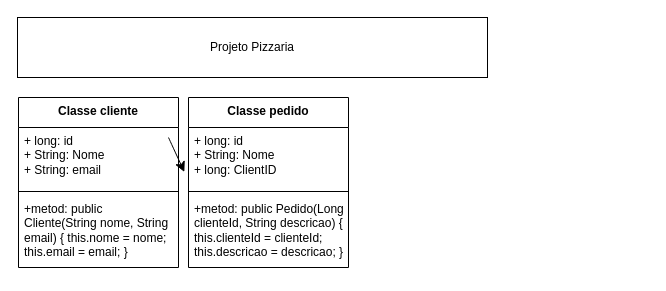
The draw.io diagram page "Page-1" (1 of 2) of Diagrama sem nome.drawio in laurazup/pizzaria, before the edit. Source tidied: cells renumbered, new cells numbered last; positions are measured from the earlier drawing's top-left corner, leaving out a move shared by most shapes. Both pictures are drawn from the tidied source at 100%, with x=0, y=0 at pixel (17, 17).
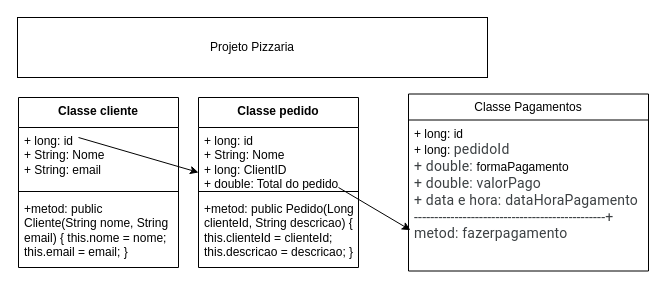
After the change.

The edit, as a diff of the source:
```diff
@@
 <mxGraphModel>
   <root>
     <mxCell id="0" />
     <mxCell id="1" parent="0" />
     <mxCell id="2" value="Projeto Pizzaria" style="rounded=0;whiteSpace=wrap;html=1;" parent="1" vertex="1">
       <mxGeometry width="470" height="60" as="geometry" />
     </mxCell>
     <mxCell id="3" value="Classe cliente" style="swimlane;fontStyle=1;align=center;verticalAlign=top;horizontal=1;startSize=30;whiteSpace=wrap;html=1;" parent="1" vertex="1">
       <mxGeometry x="1" y="80" width="160" height="170" as="geometry" />
     </mxCell>
+    <mxCell id="12" style="edgeStyle=none;jettySize=auto;html=1;rounded=0;entryX=0;entryY=0.749;entryDx=0;entryDy=0;entryPerimeter=0;" parent="3" edge="1" target="8">
+      <mxGeometry relative="1" as="geometry">
+        <mxPoint x="60" y="40" as="sourcePoint" />
+      </mxGeometry>
+    </mxCell>
     <mxCell id="4" value="+ long: id&lt;div&gt;+ String: Nome&lt;/div&gt;&lt;div&gt;+ String: email&lt;/div&gt;" style="text;strokeColor=none;fillColor=none;align=left;verticalAlign=top;spacingLeft=4;spacingRight=4;overflow=hidden;whiteSpace=wrap;html=1;" parent="3" vertex="1">
       <mxGeometry y="30" width="160" height="60" as="geometry" />
     </mxCell>
     <mxCell id="5" style="line;strokeWidth=1;fillColor=none;align=left;verticalAlign=middle;spacingTop=-1;spacingLeft=3;spacingRight=3;labelPosition=right;strokeColor=inherit;" parent="3" vertex="1">
       <mxGeometry y="90" width="160" height="8" as="geometry" />
     </mxCell>
     <mxCell id="6" value="&lt;span style=&quot;background-color: transparent; color: light-dark(rgb(0, 0, 0), rgb(255, 255, 255));&quot;&gt;+metod: public Cliente(String nome, String email) { this.nome = nome; this.email = email; }&lt;/span&gt;" style="text;strokeColor=none;fillColor=none;align=left;verticalAlign=top;spacingLeft=4;spacingRight=4;overflow=hidden;whiteSpace=wrap;html=1;" parent="3" vertex="1">
       <mxGeometry y="98" width="160" height="72" as="geometry" />
     </mxCell>
     <mxCell id="7" value="Classe pedido" style="swimlane;fontStyle=1;align=center;verticalAlign=top;horizontal=1;startSize=30;whiteSpace=wrap;html=1;" parent="1" vertex="1">
-      <mxGeometry x="171" y="80" width="160" height="170" as="geometry" />
+      <mxGeometry x="181" y="80" width="160" height="170" as="geometry" />
     </mxCell>
-    <mxCell id="8" value="+ long: id&lt;div&gt;+ String: Nome&lt;/div&gt;&lt;div&gt;+ long: ClientID&lt;/div&gt;" style="text;strokeColor=none;fillColor=none;align=left;verticalAlign=top;spacingLeft=4;spacingRight=4;overflow=hidden;points=[[0,0.5],[1,0.5]];portConstraint=eastwest;whiteSpace=wrap;html=1;" parent="7" vertex="1">
+    <mxCell id="8" value="+ long: id&lt;div&gt;+ String: Nome&lt;/div&gt;&lt;div&gt;+ long: ClientID&lt;/div&gt;&lt;div&gt;+ double: Total do pedido&lt;/div&gt;" style="text;strokeColor=none;fillColor=none;align=left;verticalAlign=top;spacingLeft=4;spacingRight=4;overflow=hidden;points=[[0,0.5],[1,0.5]];portConstraint=eastwest;whiteSpace=wrap;html=1;" parent="7" vertex="1">
       <mxGeometry y="30" width="160" height="60" as="geometry" />
     </mxCell>
     <mxCell id="9" style="line;strokeWidth=1;fillColor=none;align=left;verticalAlign=middle;spacingTop=-1;spacingLeft=3;spacingRight=3;labelPosition=right;strokeColor=inherit;" parent="7" vertex="1">
       <mxGeometry y="90" width="160" height="8" as="geometry" />
     </mxCell>
     <mxCell id="10" value="&lt;span style=&quot;background-color: transparent; color: light-dark(rgb(0, 0, 0), rgb(255, 255, 255));&quot;&gt;+metod:&amp;nbsp;&lt;/span&gt;public Pedido(Long clienteId, String descricao) { this.clienteId = clienteId; this.descricao = descricao; }" style="text;strokeColor=none;fillColor=none;align=left;verticalAlign=top;spacingLeft=4;spacingRight=4;overflow=hidden;whiteSpace=wrap;html=1;" parent="7" vertex="1">
       <mxGeometry y="98" width="160" height="72" as="geometry" />
     </mxCell>
-    <mxCell id="11" style="endArrow=classic;html=1;rounded=0;fontSize=12;startSize=8;endSize=8;curved=1;entryX=-0.026;entryY=0.742;entryDx=0;entryDy=0;entryPerimeter=0;" parent="1" edge="1" target="8">
-      <mxGeometry relative="1" as="geometry">
-        <mxPoint x="151" y="120" as="sourcePoint" />
-      </mxGeometry>
-    </mxCell>
+    <mxCell id="13" value="Classe Pagamentos" style="swimlane;fontStyle=0;horizontal=1;startSize=26;fillColor=none;whiteSpace=wrap;html=1;" parent="1" vertex="1">
+      <mxGeometry x="391" y="76.5" width="240" height="177" as="geometry" />
+    </mxCell>
+    <mxCell id="14" value="&lt;div&gt;+ long: id&lt;/div&gt;&lt;div&gt;+ long:&amp;nbsp;&lt;span style=&quot;color: rgb(60, 64, 67); font-family: Roboto, Arial, sans-serif; font-size: 14px; letter-spacing: 0.2px; background-color: transparent;&quot;&gt;pedidoId&lt;/span&gt;&lt;span style=&quot;color: rgb(60, 64, 67); font-family: Roboto, Arial, sans-serif; font-size: 14px; letter-spacing: 0.2px; background-color: transparent;&quot;&gt;&amp;nbsp;&lt;/span&gt;&lt;/div&gt;&lt;div&gt;&lt;font face=&quot;Roboto, Arial, sans-serif&quot; color=&quot;#3c4043&quot;&gt;&lt;span style=&quot;font-size: 14px; letter-spacing: 0.2px;&quot;&gt;+ double:&amp;nbsp;&lt;/span&gt;&lt;/font&gt;&lt;span style=&quot;background-color: transparent; color: light-dark(rgb(0, 0, 0), rgb(255, 255, 255));&quot;&gt;formaPagamento&lt;/span&gt;&lt;/div&gt;&lt;div&gt;&lt;span style=&quot;color: rgb(60, 64, 67); font-family: Roboto, Arial, sans-serif; font-size: 14px; letter-spacing: 0.2px;&quot;&gt;+ double: valorPago&lt;/span&gt;&lt;span style=&quot;background-color: transparent; color: light-dark(rgb(0, 0, 0), rgb(255, 255, 255));&quot;&gt;&lt;/span&gt;&lt;/div&gt;&lt;div&gt;&lt;span style=&quot;color: rgb(60, 64, 67); font-family: Roboto, Arial, sans-serif; font-size: 14px; letter-spacing: 0.2px;&quot;&gt;+ data e hora: dataHoraPagamento&lt;/span&gt;&lt;/div&gt;&lt;div&gt;&lt;span style=&quot;color: rgb(60, 64, 67); font-family: Roboto, Arial, sans-serif; font-size: 14px; letter-spacing: 0.2px;&quot;&gt;-----------------------------------------------+ metod: fazerpagamento&lt;/span&gt;&lt;/div&gt;" style="text;strokeColor=none;fillColor=none;align=left;verticalAlign=top;spacingLeft=4;spacingRight=4;overflow=hidden;points=[[0,0.5],[1,0.5]];portConstraint=eastwest;whiteSpace=wrap;html=1;" parent="13" vertex="1">
+      <mxGeometry y="26" width="240" height="151" as="geometry" />
+    </mxCell>
+    <mxCell id="15" style="edgeStyle=none;jettySize=auto;html=1;rounded=0;entryX=0.008;entryY=0.729;entryDx=0;entryDy=0;entryPerimeter=0;" parent="1" edge="1" target="14">
+      <mxGeometry relative="1" as="geometry">
+        <mxPoint x="321" y="170" as="sourcePoint" />
+      </mxGeometry>
+    </mxCell>
   </root>
 </mxGraphModel>
```
